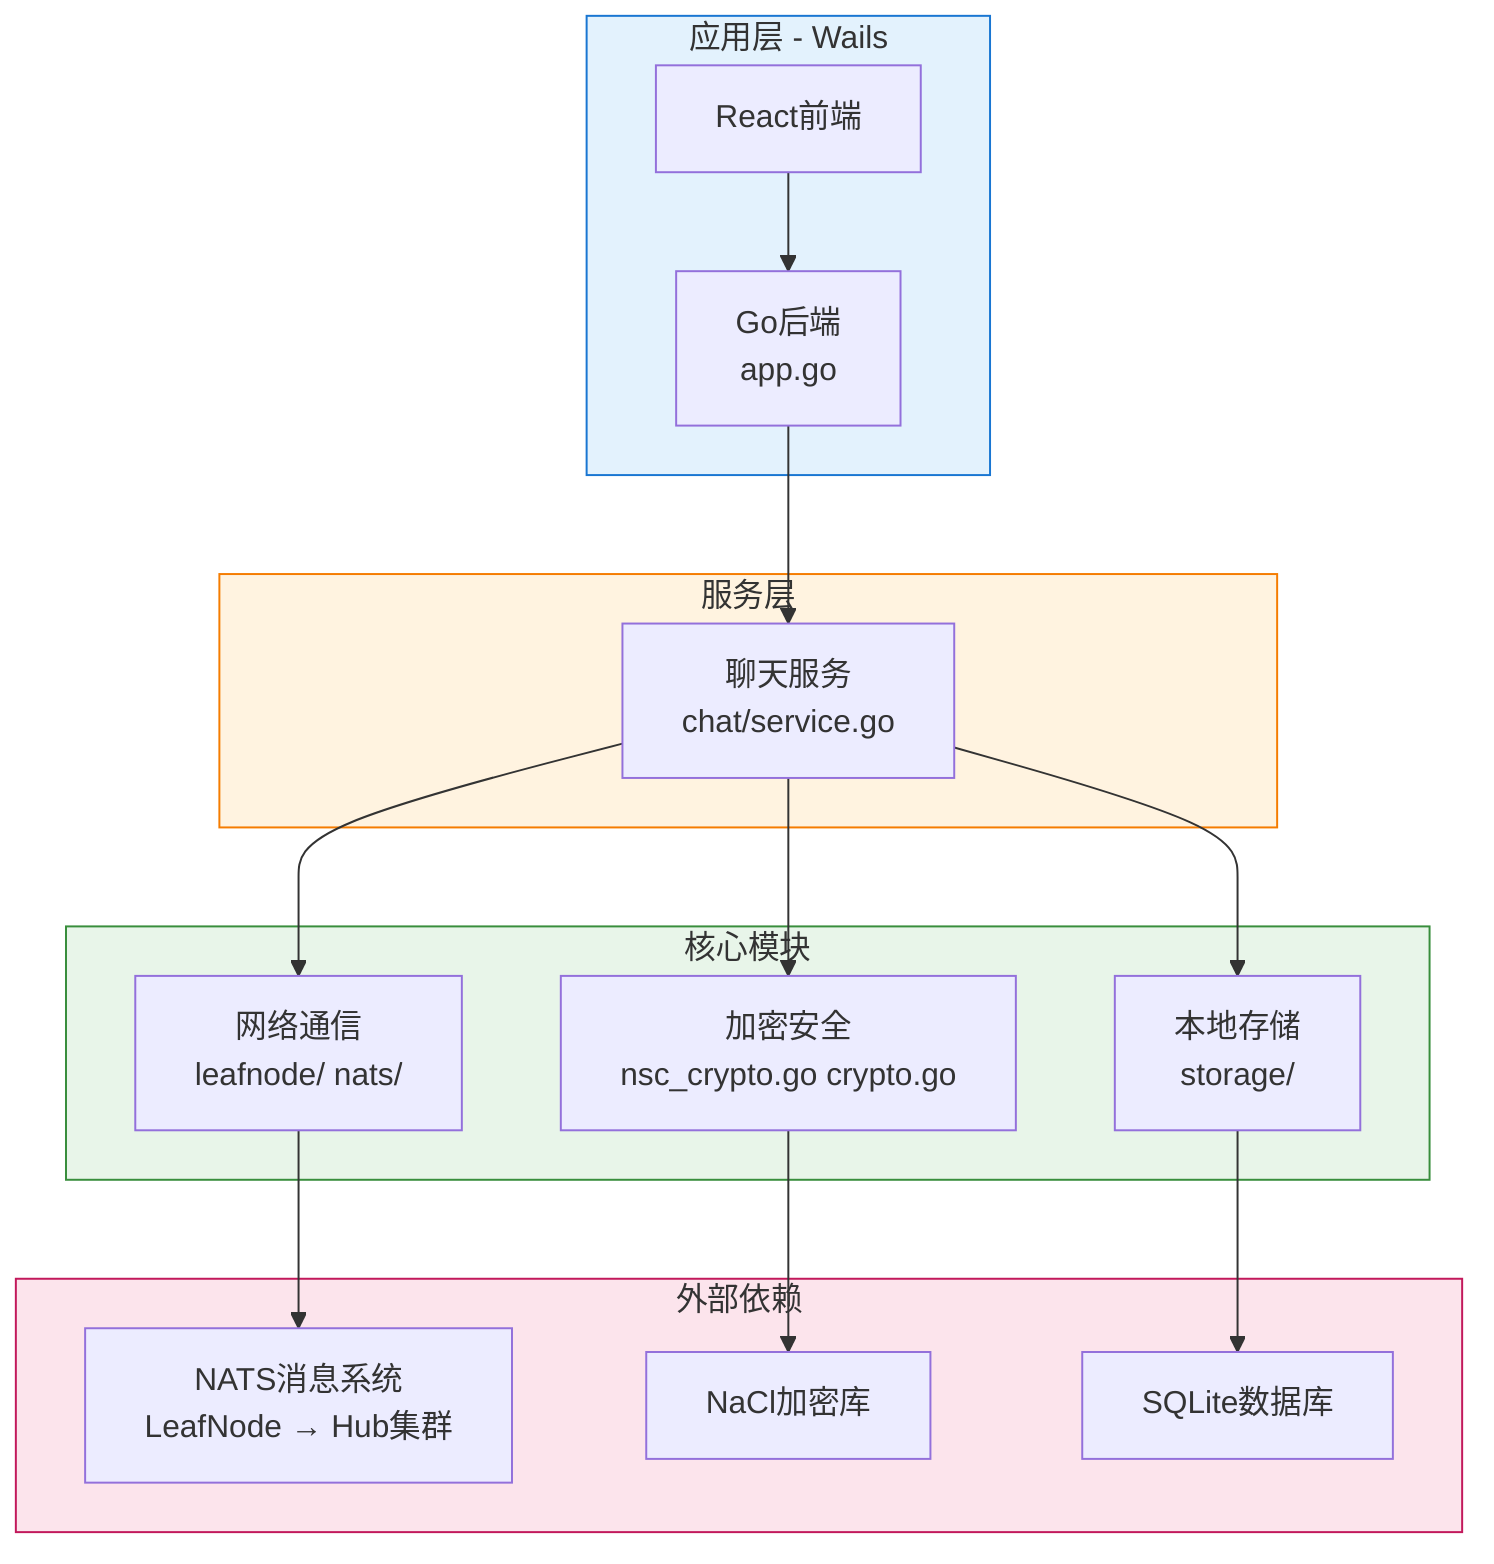
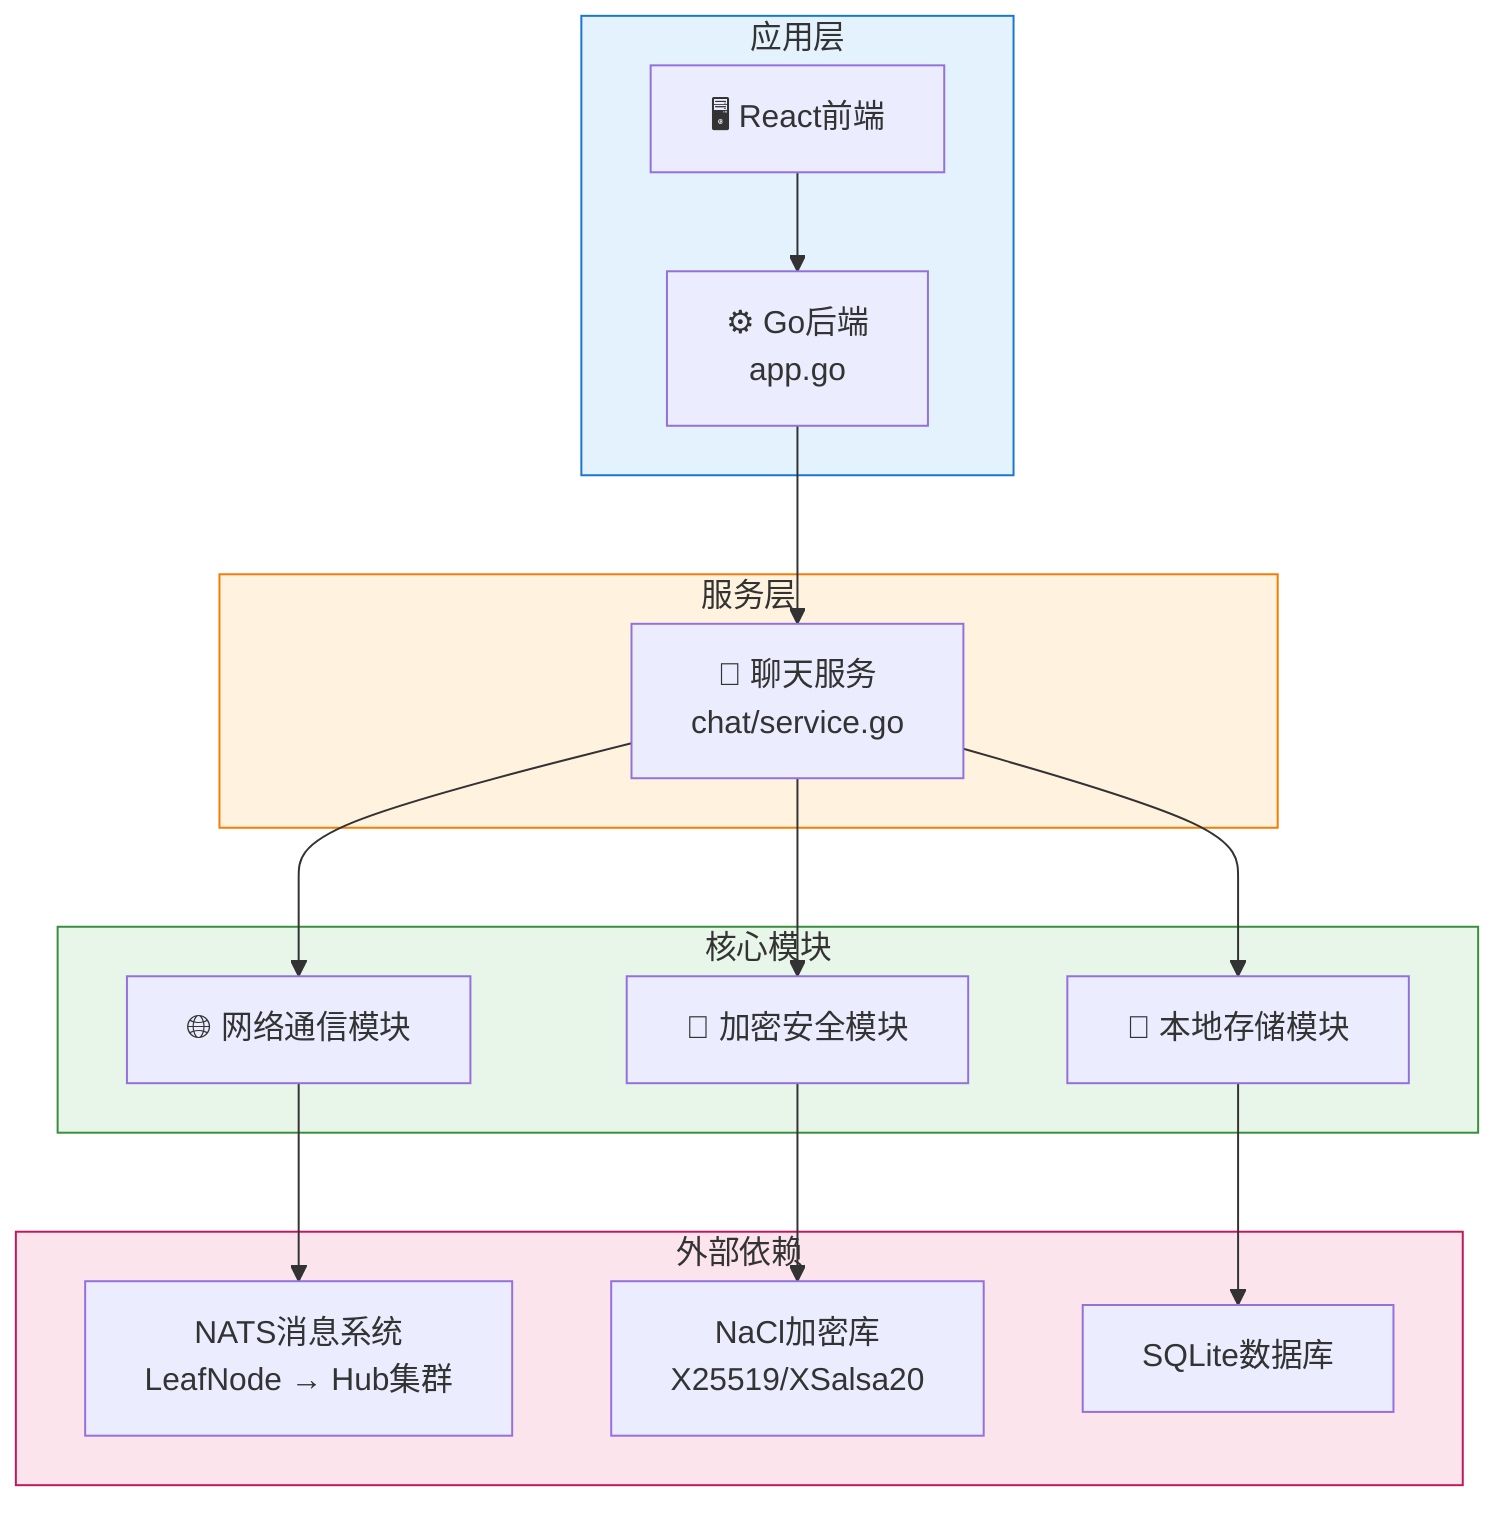
- %% 系统模块依赖图
+ %% 系统模块依赖图 - 纵向层级布局
graph TB
-     subgraph UI["应用层 - Wails"]
-         Frontend["React前端"] --> Backend["Go后端<br/>app.go"]
+     Frontend["🖥️ React前端"] --> Backend["⚙️ Go后端<br/>app.go"]
+     Backend --> ChatService["💬 聊天服务<br/>chat/service.go"]
+ 
+     ChatService --> Network["🌐 网络通信模块"]
+     ChatService --> Crypto["🔐 加密安全模块"]
+     ChatService --> Storage["💾 本地存储模块"]
+ 
+     Network --> NATS["NATS消息系统<br/>LeafNode → Hub集群"]
+     Crypto --> NaCl["NaCl加密库<br/>X25519/XSalsa20"]
+     Storage --> SQLite["SQLite数据库"]
+ 
+     subgraph UI["应用层"]
+         Frontend
+         Backend
    end

    subgraph Service["服务层"]
-         Backend --> ChatService["聊天服务<br/>chat/service.go"]
+         ChatService
    end

    subgraph Core["核心模块"]
-         ChatService --> Network["网络通信<br/>leafnode/ nats/"]
-         ChatService --> Crypto["加密安全<br/>nsc_crypto.go crypto.go"]
-         ChatService --> Storage["本地存储<br/>storage/"]
+         Network
+         Crypto
+         Storage
    end

    subgraph External["外部依赖"]
-         Network --> NATS["NATS消息系统<br/>LeafNode → Hub集群"]
-         Crypto --> NaCl["NaCl加密库"]
-         Storage --> SQLite["SQLite数据库"]
+         NATS
+         NaCl
+         SQLite
    end

    style UI fill:#e3f2fd,stroke:#1976d2
    style Service fill:#fff3e0,stroke:#f57c00
    style Core fill:#e8f5e9,stroke:#388e3c
    style External fill:#fce4ec,stroke:#c2185b
